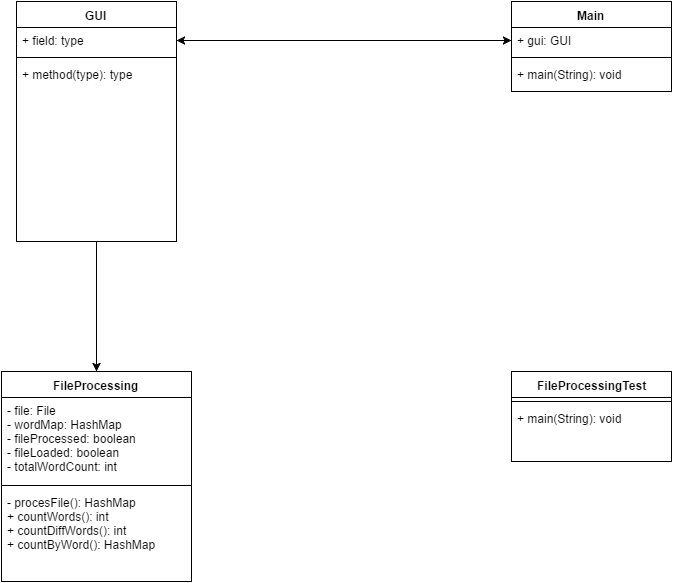
blaskowski94/WordCountGUI keeps this draw.io diagram as ProjectOneSDD.png. Above is the earlier version. Source tidied: cells renumbered, new cells last; positions are measured from the earlier drawing's top-left corner, leaving out a move shared by most shapes. Its diagram source:
```xml
<mxGraphModel background="#ffffff">
  <root>
    <mxCell id="0" />
    <mxCell id="1" parent="0" />
    <mxCell id="2" style="edgeStyle=orthogonalEdgeStyle;rounded=0;html=1;exitX=0.5;exitY=1;entryX=0.5;entryY=0;jettySize=auto;" parent="1" edge="1" source="3" target="7">
      <mxGeometry relative="1" as="geometry" />
    </mxCell>
    <mxCell id="3" value="GUI" style="swimlane;html=1;fontStyle=1;align=center;verticalAlign=top;horizontal=1;startSize=26;swimlaneFillColor=#ffffff;" parent="1" vertex="1">
      <mxGeometry x="15" width="160" height="240" as="geometry" />
    </mxCell>
    <mxCell id="4" value="+ field: type" style="text;html=1;strokeColor=none;fillColor=none;align=left;verticalAlign=top;spacingLeft=4;spacingRight=4;whiteSpace=wrap;overflow=hidden;points=[[0,0.5],[1,0.5]];portConstraint=eastwest;" parent="3" vertex="1">
      <mxGeometry y="26" width="160" height="26" as="geometry" />
    </mxCell>
    <mxCell id="5" style="line;html=1;strokeWidth=1;fillColor=none;align=left;verticalAlign=middle;spacingTop=-1;spacingLeft=3;spacingRight=3;labelPosition=right;" parent="3" vertex="1">
      <mxGeometry y="52" width="160" height="8" as="geometry" />
    </mxCell>
    <mxCell id="6" value="+ method(type): type" style="text;html=1;strokeColor=none;fillColor=none;align=left;verticalAlign=top;spacingLeft=4;spacingRight=4;whiteSpace=wrap;overflow=hidden;" parent="3" vertex="1">
      <mxGeometry y="60" width="160" height="26" as="geometry" />
    </mxCell>
    <mxCell id="7" value="FileProcessing&lt;div&gt;&lt;br&gt;&lt;/div&gt;" style="swimlane;html=1;fontStyle=1;align=center;verticalAlign=top;horizontal=1;startSize=26;swimlaneFillColor=#ffffff;" parent="1" vertex="1">
      <mxGeometry y="370" width="190" height="210" as="geometry" />
    </mxCell>
    <mxCell id="8" value="- file: File&lt;div&gt;- wordMap: HashMap&lt;/div&gt;&lt;div&gt;- fileProcessed: boolean&lt;/div&gt;&lt;div&gt;- fileLoaded: boolean&lt;/div&gt;&lt;div&gt;- totalWordCount: int&lt;/div&gt;&lt;div&gt;&lt;br&gt;&lt;/div&gt;" style="text;html=1;strokeColor=none;fillColor=none;align=left;verticalAlign=top;spacingLeft=4;spacingRight=4;whiteSpace=wrap;overflow=hidden;" parent="7" vertex="1">
      <mxGeometry y="26" width="190" height="84" as="geometry" />
    </mxCell>
    <mxCell id="9" style="line;html=1;strokeWidth=1;fillColor=none;align=left;verticalAlign=middle;spacingTop=-1;spacingLeft=3;spacingRight=3;labelPosition=right;" parent="7" vertex="1">
      <mxGeometry y="110" width="190" height="8" as="geometry" />
    </mxCell>
    <mxCell id="10" value="&lt;div&gt;- procesFile(): HashMap&lt;/div&gt;+ countWords(): int&lt;div&gt;+ countDiffWords(): int&lt;/div&gt;&lt;div&gt;+ countByWord(): HashMap&lt;/div&gt;" style="text;html=1;strokeColor=none;fillColor=none;align=left;verticalAlign=top;spacingLeft=4;spacingRight=4;whiteSpace=wrap;overflow=hidden;" parent="7" vertex="1">
      <mxGeometry y="118" width="190" height="82" as="geometry" />
    </mxCell>
    <mxCell id="11" value="Main" style="swimlane;html=1;fontStyle=1;align=center;verticalAlign=top;horizontal=1;startSize=26;swimlaneFillColor=#ffffff;" parent="1" vertex="1">
      <mxGeometry x="510" width="160" height="90" as="geometry" />
    </mxCell>
    <mxCell id="12" value="+ gui: GUI" style="text;html=1;strokeColor=none;fillColor=none;align=left;verticalAlign=top;spacingLeft=4;spacingRight=4;whiteSpace=wrap;overflow=hidden;points=[[0,0.5],[1,0.5]];portConstraint=eastwest;" parent="11" vertex="1">
      <mxGeometry y="26" width="160" height="26" as="geometry" />
    </mxCell>
    <mxCell id="13" style="line;html=1;strokeWidth=1;fillColor=none;align=left;verticalAlign=middle;spacingTop=-1;spacingLeft=3;spacingRight=3;labelPosition=right;" parent="11" vertex="1">
      <mxGeometry y="52" width="160" height="8" as="geometry" />
    </mxCell>
    <mxCell id="14" value="+ main(String): void" style="text;html=1;strokeColor=none;fillColor=none;align=left;verticalAlign=top;spacingLeft=4;spacingRight=4;whiteSpace=wrap;overflow=hidden;" parent="11" vertex="1">
      <mxGeometry y="60" width="160" height="26" as="geometry" />
    </mxCell>
    <mxCell id="15" style="edgeStyle=orthogonalEdgeStyle;rounded=0;html=1;exitX=1;exitY=0.5;entryX=0;entryY=0.5;jettySize=auto;startArrow=classic;startFill=1;" parent="1" edge="1" source="4" target="12">
      <mxGeometry relative="1" as="geometry" />
    </mxCell>
    <mxCell id="16" value="FileProcessingTest" style="swimlane;html=1;fontStyle=1;align=center;verticalAlign=top;horizontal=1;startSize=26;swimlaneFillColor=#ffffff;" parent="1" vertex="1">
      <mxGeometry x="510" y="370" width="160" height="90" as="geometry" />
    </mxCell>
    <mxCell id="17" style="line;html=1;strokeWidth=1;fillColor=none;align=left;verticalAlign=middle;spacingTop=-1;spacingLeft=3;spacingRight=3;labelPosition=right;" parent="16" vertex="1">
      <mxGeometry y="26" width="160" height="8" as="geometry" />
    </mxCell>
    <mxCell id="18" value="+ main(String): void" style="text;html=1;strokeColor=none;fillColor=none;align=left;verticalAlign=top;spacingLeft=4;spacingRight=4;whiteSpace=wrap;overflow=hidden;" parent="16" vertex="1">
      <mxGeometry y="34" width="160" height="26" as="geometry" />
    </mxCell>
  </root>
</mxGraphModel>
```
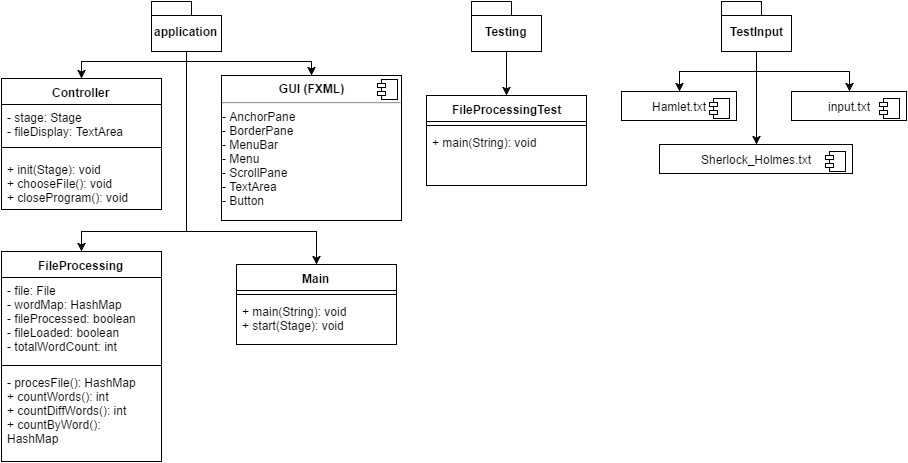
The same file after the commit.

What changed in the source:
```diff
@@ -2,50 +2,29 @@
   <root>
     <mxCell id="0" />
     <mxCell id="1" parent="0" />
-    <mxCell id="2" style="edgeStyle=orthogonalEdgeStyle;rounded=0;html=1;exitX=0.5;exitY=1;entryX=0.5;entryY=0;jettySize=auto;" parent="1" edge="1" source="3" target="7">
-      <mxGeometry relative="1" as="geometry" />
-    </mxCell>
-    <mxCell id="3" value="GUI" style="swimlane;html=1;fontStyle=1;align=center;verticalAlign=top;horizontal=1;startSize=26;swimlaneFillColor=#ffffff;" parent="1" vertex="1">
-      <mxGeometry x="15" width="160" height="240" as="geometry" />
-    </mxCell>
-    <mxCell id="4" value="+ field: type" style="text;html=1;strokeColor=none;fillColor=none;align=left;verticalAlign=top;spacingLeft=4;spacingRight=4;whiteSpace=wrap;overflow=hidden;points=[[0,0.5],[1,0.5]];portConstraint=eastwest;" parent="3" vertex="1">
-      <mxGeometry y="26" width="160" height="26" as="geometry" />
-    </mxCell>
-    <mxCell id="5" style="line;html=1;strokeWidth=1;fillColor=none;align=left;verticalAlign=middle;spacingTop=-1;spacingLeft=3;spacingRight=3;labelPosition=right;" parent="3" vertex="1">
-      <mxGeometry y="52" width="160" height="8" as="geometry" />
-    </mxCell>
-    <mxCell id="6" value="+ method(type): type" style="text;html=1;strokeColor=none;fillColor=none;align=left;verticalAlign=top;spacingLeft=4;spacingRight=4;whiteSpace=wrap;overflow=hidden;" parent="3" vertex="1">
-      <mxGeometry y="60" width="160" height="26" as="geometry" />
-    </mxCell>
     <mxCell id="7" value="FileProcessing&lt;div&gt;&lt;br&gt;&lt;/div&gt;" style="swimlane;html=1;fontStyle=1;align=center;verticalAlign=top;horizontal=1;startSize=26;swimlaneFillColor=#ffffff;" parent="1" vertex="1">
-      <mxGeometry y="370" width="190" height="210" as="geometry" />
+      <mxGeometry x="-140" y="170" width="160" height="210" as="geometry" />
     </mxCell>
     <mxCell id="8" value="- file: File&lt;div&gt;- wordMap: HashMap&lt;/div&gt;&lt;div&gt;- fileProcessed: boolean&lt;/div&gt;&lt;div&gt;- fileLoaded: boolean&lt;/div&gt;&lt;div&gt;- totalWordCount: int&lt;/div&gt;&lt;div&gt;&lt;br&gt;&lt;/div&gt;" style="text;html=1;strokeColor=none;fillColor=none;align=left;verticalAlign=top;spacingLeft=4;spacingRight=4;whiteSpace=wrap;overflow=hidden;" parent="7" vertex="1">
-      <mxGeometry y="26" width="190" height="84" as="geometry" />
+      <mxGeometry y="26" width="160" height="84" as="geometry" />
     </mxCell>
     <mxCell id="9" style="line;html=1;strokeWidth=1;fillColor=none;align=left;verticalAlign=middle;spacingTop=-1;spacingLeft=3;spacingRight=3;labelPosition=right;" parent="7" vertex="1">
-      <mxGeometry y="110" width="190" height="8" as="geometry" />
+      <mxGeometry y="110" width="160" height="8" as="geometry" />
     </mxCell>
     <mxCell id="10" value="&lt;div&gt;- procesFile(): HashMap&lt;/div&gt;+ countWords(): int&lt;div&gt;+ countDiffWords(): int&lt;/div&gt;&lt;div&gt;+ countByWord(): HashMap&lt;/div&gt;" style="text;html=1;strokeColor=none;fillColor=none;align=left;verticalAlign=top;spacingLeft=4;spacingRight=4;whiteSpace=wrap;overflow=hidden;" parent="7" vertex="1">
-      <mxGeometry y="118" width="190" height="82" as="geometry" />
+      <mxGeometry y="118" width="160" height="82" as="geometry" />
     </mxCell>
     <mxCell id="11" value="Main" style="swimlane;html=1;fontStyle=1;align=center;verticalAlign=top;horizontal=1;startSize=26;swimlaneFillColor=#ffffff;" parent="1" vertex="1">
-      <mxGeometry x="510" width="160" height="90" as="geometry" />
+      <mxGeometry x="95" y="183" width="160" height="80" as="geometry" />
     </mxCell>
-    <mxCell id="12" value="+ gui: GUI" style="text;html=1;strokeColor=none;fillColor=none;align=left;verticalAlign=top;spacingLeft=4;spacingRight=4;whiteSpace=wrap;overflow=hidden;points=[[0,0.5],[1,0.5]];portConstraint=eastwest;" parent="11" vertex="1">
-      <mxGeometry y="26" width="160" height="26" as="geometry" />
-    </mxCell>
     <mxCell id="13" style="line;html=1;strokeWidth=1;fillColor=none;align=left;verticalAlign=middle;spacingTop=-1;spacingLeft=3;spacingRight=3;labelPosition=right;" parent="11" vertex="1">
-      <mxGeometry y="52" width="160" height="8" as="geometry" />
+      <mxGeometry y="26" width="160" height="8" as="geometry" />
     </mxCell>
-    <mxCell id="14" value="+ main(String): void" style="text;html=1;strokeColor=none;fillColor=none;align=left;verticalAlign=top;spacingLeft=4;spacingRight=4;whiteSpace=wrap;overflow=hidden;" parent="11" vertex="1">
-      <mxGeometry y="60" width="160" height="26" as="geometry" />
+    <mxCell id="14" value="+ main(String): void&lt;div&gt;+ start(Stage): void&lt;/div&gt;" style="text;html=1;strokeColor=none;fillColor=none;align=left;verticalAlign=top;spacingLeft=4;spacingRight=4;whiteSpace=wrap;overflow=hidden;" parent="11" vertex="1">
+      <mxGeometry y="34" width="160" height="46" as="geometry" />
     </mxCell>
-    <mxCell id="15" style="edgeStyle=orthogonalEdgeStyle;rounded=0;html=1;exitX=1;exitY=0.5;entryX=0;entryY=0.5;jettySize=auto;startArrow=classic;startFill=1;" parent="1" edge="1" source="4" target="12">
-      <mxGeometry relative="1" as="geometry" />
-    </mxCell>
     <mxCell id="16" value="FileProcessingTest" style="swimlane;html=1;fontStyle=1;align=center;verticalAlign=top;horizontal=1;startSize=26;swimlaneFillColor=#ffffff;" parent="1" vertex="1">
-      <mxGeometry x="510" y="370" width="160" height="90" as="geometry" />
+      <mxGeometry x="285" y="14" width="160" height="90" as="geometry" />
     </mxCell>
     <mxCell id="17" style="line;html=1;strokeWidth=1;fillColor=none;align=left;verticalAlign=middle;spacingTop=-1;spacingLeft=3;spacingRight=3;labelPosition=right;" parent="16" vertex="1">
       <mxGeometry y="26" width="160" height="8" as="geometry" />
@@ -53,5 +32,102 @@
     <mxCell id="18" value="+ main(String): void" style="text;html=1;strokeColor=none;fillColor=none;align=left;verticalAlign=top;spacingLeft=4;spacingRight=4;whiteSpace=wrap;overflow=hidden;" parent="16" vertex="1">
       <mxGeometry y="34" width="160" height="26" as="geometry" />
     </mxCell>
+    <mxCell id="19" style="edgeStyle=orthogonalEdgeStyle;rounded=0;html=1;exitX=0.5;exitY=1;entryX=0.5;entryY=0;startArrow=none;startFill=0;endArrow=classic;endFill=1;jettySize=auto;" parent="1" edge="1" source="23" target="24">
+      <mxGeometry relative="1" as="geometry">
+        <Array as="points">
+          <mxPoint x="45" y="-20" />
+          <mxPoint x="-60" y="-20" />
+        </Array>
+      </mxGeometry>
+    </mxCell>
+    <mxCell id="20" style="edgeStyle=orthogonalEdgeStyle;rounded=0;html=1;exitX=0.5;exitY=1;entryX=0.5;entryY=0;startArrow=none;startFill=0;endArrow=classic;endFill=1;jettySize=auto;" parent="1" edge="1" source="23" target="7">
+      <mxGeometry relative="1" as="geometry">
+        <Array as="points">
+          <mxPoint x="45" y="150" />
+          <mxPoint x="-60" y="150" />
+        </Array>
+      </mxGeometry>
+    </mxCell>
+    <mxCell id="21" style="edgeStyle=orthogonalEdgeStyle;rounded=0;html=1;exitX=0.5;exitY=1;entryX=0.5;entryY=0;startArrow=none;startFill=0;endArrow=classic;endFill=1;jettySize=auto;" parent="1" edge="1" source="23" target="11">
+      <mxGeometry relative="1" as="geometry">
+        <Array as="points">
+          <mxPoint x="45" y="150" />
+          <mxPoint x="175" y="150" />
+        </Array>
+      </mxGeometry>
+    </mxCell>
+    <mxCell id="22" style="edgeStyle=orthogonalEdgeStyle;rounded=0;html=1;exitX=0.5;exitY=1;entryX=0.5;entryY=0;startArrow=none;startFill=0;endArrow=classic;endFill=1;jettySize=auto;" parent="1" edge="1" source="23" target="34">
+      <mxGeometry relative="1" as="geometry">
+        <Array as="points">
+          <mxPoint x="45" y="-20" />
+          <mxPoint x="170" y="-20" />
+        </Array>
+      </mxGeometry>
+    </mxCell>
+    <mxCell id="23" value="application" style="shape=folder;fontStyle=1;spacingTop=10;tabWidth=40;tabHeight=14;tabPosition=left;html=1;" parent="1" vertex="1">
+      <mxGeometry x="10" y="-80" width="70" height="50" as="geometry" />
+    </mxCell>
+    <mxCell id="24" value="Controller" style="swimlane;html=1;fontStyle=1;align=center;verticalAlign=top;horizontal=1;startSize=26;swimlaneFillColor=#ffffff;" parent="1" vertex="1">
+      <mxGeometry x="-140" y="-3" width="160" height="131" as="geometry" />
+    </mxCell>
+    <mxCell id="25" value="- stage: Stage&lt;div&gt;- fileDisplay: TextArea&lt;/div&gt;" style="text;html=1;strokeColor=none;fillColor=none;align=left;verticalAlign=top;spacingLeft=4;spacingRight=4;whiteSpace=wrap;overflow=hidden;" parent="24" vertex="1">
+      <mxGeometry y="26" width="160" height="34" as="geometry" />
+    </mxCell>
+    <mxCell id="26" style="line;html=1;strokeWidth=1;fillColor=none;align=left;verticalAlign=middle;spacingTop=-1;spacingLeft=3;spacingRight=3;labelPosition=right;" parent="24" vertex="1">
+      <mxGeometry y="60" width="160" height="18" as="geometry" />
+    </mxCell>
+    <mxCell id="27" value="+ init(Stage): void&lt;div&gt;+ chooseFile(): void&lt;/div&gt;&lt;div&gt;+ closeProgram(): void&lt;/div&gt;" style="text;html=1;strokeColor=none;fillColor=none;align=left;verticalAlign=top;spacingLeft=4;spacingRight=4;whiteSpace=wrap;overflow=hidden;" parent="24" vertex="1">
+      <mxGeometry y="78" width="160" height="52" as="geometry" />
+    </mxCell>
+    <mxCell id="28" style="edgeStyle=orthogonalEdgeStyle;rounded=0;html=1;exitX=0.5;exitY=1;entryX=0.5;entryY=0;startArrow=none;startFill=0;endArrow=classic;endFill=1;jettySize=auto;" parent="1" edge="1" source="29" target="16">
+      <mxGeometry relative="1" as="geometry" />
+    </mxCell>
+    <mxCell id="29" value="Testing" style="shape=folder;fontStyle=1;spacingTop=10;tabWidth=40;tabHeight=14;tabPosition=left;html=1;" parent="1" vertex="1">
+      <mxGeometry x="330" y="-80" width="70" height="50" as="geometry" />
+    </mxCell>
+    <mxCell id="30" style="edgeStyle=orthogonalEdgeStyle;rounded=0;html=1;exitX=0.5;exitY=1;entryX=0.5;entryY=0;startArrow=none;startFill=0;endArrow=classic;endFill=1;jettySize=auto;" parent="1" edge="1" source="33" target="36">
+      <mxGeometry relative="1" as="geometry" />
+    </mxCell>
+    <mxCell id="31" style="edgeStyle=orthogonalEdgeStyle;rounded=0;html=1;exitX=0.5;exitY=1;entryX=0.5;entryY=0;startArrow=none;startFill=0;endArrow=classic;endFill=1;jettySize=auto;" parent="1" edge="1" source="33" target="38">
+      <mxGeometry relative="1" as="geometry" />
+    </mxCell>
+    <mxCell id="32" style="edgeStyle=orthogonalEdgeStyle;rounded=0;html=1;exitX=0.5;exitY=1;entryX=0.5;entryY=0;startArrow=none;startFill=0;endArrow=classic;endFill=1;jettySize=auto;" parent="1" edge="1" source="33" target="40">
+      <mxGeometry relative="1" as="geometry" />
+    </mxCell>
+    <mxCell id="33" value="TestInput" style="shape=folder;fontStyle=1;spacingTop=10;tabWidth=40;tabHeight=14;tabPosition=left;html=1;" parent="1" vertex="1">
+      <mxGeometry x="580" y="-80" width="70" height="50" as="geometry" />
+    </mxCell>
+    <mxCell id="34" value="&lt;p style=&quot;margin: 0px ; margin-top: 6px ; text-align: center&quot;&gt;&lt;b&gt;GUI (FXML)&lt;/b&gt;&lt;/p&gt;&lt;hr&gt;&lt;div&gt;- AnchorPane&lt;/div&gt;&lt;div&gt;- BorderPane&lt;/div&gt;&lt;div&gt;- MenuBar&lt;/div&gt;&lt;div&gt;- Menu&lt;/div&gt;&lt;div&gt;- ScrollPane&lt;/div&gt;&lt;div&gt;- TextArea&lt;/div&gt;&lt;div&gt;- Button&lt;/div&gt;" style="align=left;overflow=fill;html=1;" parent="1" vertex="1">
+      <mxGeometry x="80" y="-6" width="180" height="145" as="geometry" />
+    </mxCell>
+    <mxCell id="35" style="shape=component;jettyWidth=8;jettyHeight=4;" parent="34" vertex="1">
+      <mxGeometry x="1" width="20" height="20" relative="1" as="geometry">
+        <mxPoint x="-24" y="4" as="offset" />
+      </mxGeometry>
+    </mxCell>
+    <mxCell id="36" value="&lt;div style=&quot;text-align: left&quot;&gt;&lt;span&gt;Hamlet.txt&lt;/span&gt;&lt;/div&gt;" style="html=1;" parent="1" vertex="1">
+      <mxGeometry x="480" y="10" width="115" height="29" as="geometry" />
+    </mxCell>
+    <mxCell id="37" style="shape=component;jettyWidth=8;jettyHeight=4;" parent="36" vertex="1">
+      <mxGeometry x="1" width="20" height="20" relative="1" as="geometry">
+        <mxPoint x="-27" y="7" as="offset" />
+      </mxGeometry>
+    </mxCell>
+    <mxCell id="38" value="&lt;div style=&quot;text-align: left&quot;&gt;&lt;span&gt;input.txt&lt;/span&gt;&lt;/div&gt;" style="html=1;" parent="1" vertex="1">
+      <mxGeometry x="650" y="10" width="115" height="29" as="geometry" />
+    </mxCell>
+    <mxCell id="39" style="shape=component;jettyWidth=8;jettyHeight=4;" parent="38" vertex="1">
+      <mxGeometry x="1" width="20" height="20" relative="1" as="geometry">
+        <mxPoint x="-27" y="7" as="offset" />
+      </mxGeometry>
+    </mxCell>
+    <mxCell id="40" value="&lt;div style=&quot;text-align: left&quot;&gt;&lt;span&gt;Sherlock_Holmes.txt&lt;/span&gt;&lt;/div&gt;" style="html=1;" parent="1" vertex="1">
+      <mxGeometry x="518" y="63" width="193" height="29" as="geometry" />
+    </mxCell>
+    <mxCell id="41" style="shape=component;jettyWidth=8;jettyHeight=4;" parent="40" vertex="1">
+      <mxGeometry x="1" width="20" height="20" relative="1" as="geometry">
+        <mxPoint x="-27" y="7" as="offset" />
+      </mxGeometry>
+    </mxCell>
   </root>
 </mxGraphModel>
```
